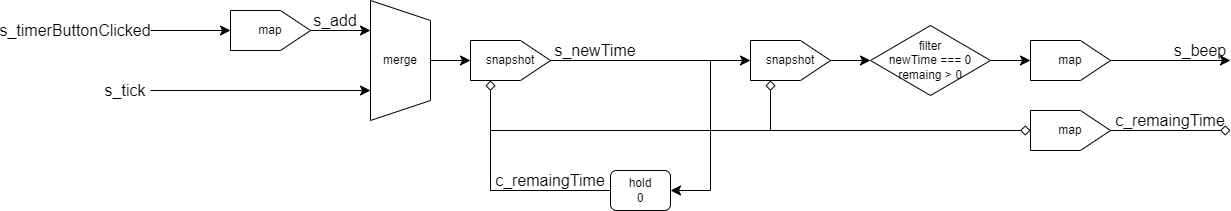
Earlier version of the draw.io export images/timer.png (suzuki-taro-unofficial/frpot). Source tidied: cells renumbered, new cells last; positions are measured from the earlier drawing's top-left corner, leaving out a move shared by most shapes.
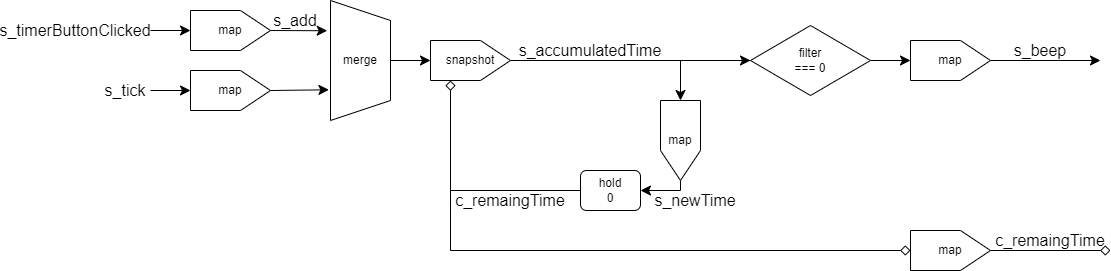
After the change.

What changed in the source:
```diff
@@ -6,110 +6,113 @@
       <mxGeometry relative="1" as="geometry" />
     </mxCell>
     <mxCell id="3" value="s_timerButtonClicked" style="text;html=1;align=center;verticalAlign=middle;whiteSpace=wrap;rounded=0;fontSize=16;" parent="1" vertex="1">
-      <mxGeometry y="20" width="150" height="20" as="geometry" />
+      <mxGeometry x="-80" y="20" width="150" height="20" as="geometry" />
     </mxCell>
-    <mxCell id="4" style="edgeStyle=none;curved=1;rounded=0;jettySize=auto;html=1;entryX=0.75;entryY=1;entryDx=0;entryDy=0;fontSize=12;startSize=8;endSize=8;" parent="1" edge="1" source="5" target="9">
+    <mxCell id="4" style="edgeStyle=none;curved=1;rounded=0;jettySize=auto;html=1;fontSize=12;startSize=8;endSize=8;entryX=0.5;entryY=0;entryDx=0;entryDy=0;" parent="1" edge="1" source="5" target="34">
       <mxGeometry relative="1" as="geometry" />
     </mxCell>
     <mxCell id="5" value="s_tick" style="text;html=1;align=center;verticalAlign=middle;whiteSpace=wrap;rounded=0;fontSize=16;" parent="1" vertex="1">
-      <mxGeometry x="100" y="80" width="50" height="20" as="geometry" />
+      <mxGeometry x="20" y="80" width="50" height="20" as="geometry" />
     </mxCell>
-    <mxCell id="6" style="edgeStyle=none;curved=1;rounded=0;jettySize=auto;html=1;exitX=0.5;exitY=1;exitDx=0;exitDy=0;fontSize=12;startSize=8;endSize=8;entryX=0.25;entryY=1;entryDx=0;entryDy=0;" parent="1" edge="1" source="7" target="9">
+    <mxCell id="6" style="edgeStyle=none;curved=1;rounded=0;jettySize=auto;html=1;exitX=0.5;exitY=1;exitDx=0;exitDy=0;fontSize=12;startSize=8;endSize=8;entryX=0.252;entryY=1.055;entryDx=0;entryDy=0;entryPerimeter=0;" parent="1" edge="1" source="7" target="9">
       <mxGeometry relative="1" as="geometry" />
     </mxCell>
     <mxCell id="7" value="map" style="shape=offPageConnector;whiteSpace=wrap;html=1;direction=north;" parent="1" vertex="1">
-      <mxGeometry x="230" y="10" width="80" height="40" as="geometry" />
+      <mxGeometry x="110" y="10" width="80" height="40" as="geometry" />
     </mxCell>
     <mxCell id="8" style="edgeStyle=none;curved=1;rounded=0;jettySize=auto;html=1;exitX=0.5;exitY=0;exitDx=0;exitDy=0;entryX=0.5;entryY=0;entryDx=0;entryDy=0;fontSize=12;startSize=8;endSize=8;" parent="1" edge="1" source="9" target="11">
       <mxGeometry relative="1" as="geometry" />
     </mxCell>
     <mxCell id="9" value="merge" style="shape=trapezoid;perimeter=trapezoidPerimeter;whiteSpace=wrap;html=1;fixedSize=1;direction=south;" parent="1" vertex="1">
-      <mxGeometry x="370" width="60" height="120" as="geometry" />
+      <mxGeometry x="250" width="60" height="120" as="geometry" />
     </mxCell>
     <mxCell id="10" value="s_add" style="text;html=1;align=center;verticalAlign=middle;whiteSpace=wrap;rounded=0;fontSize=16;" parent="1" vertex="1">
-      <mxGeometry x="310" y="10" width="50" height="20" as="geometry" />
+      <mxGeometry x="190" y="10" width="50" height="20" as="geometry" />
     </mxCell>
+    <mxCell id="30" style="edgeStyle=none;curved=1;rounded=0;jettySize=auto;html=1;entryX=0;entryY=0.5;entryDx=0;entryDy=0;fontSize=12;startSize=8;endSize=8;" parent="1" edge="1" source="11" target="23">
+      <mxGeometry relative="1" as="geometry" />
+    </mxCell>
     <mxCell id="11" value="snapshot" style="shape=offPageConnector;whiteSpace=wrap;html=1;direction=north;" parent="1" vertex="1">
-      <mxGeometry x="470" y="40" width="80" height="40" as="geometry" />
+      <mxGeometry x="350" y="40" width="80" height="40" as="geometry" />
     </mxCell>
     <mxCell id="12" value="s_newTime" style="text;html=1;align=center;verticalAlign=middle;whiteSpace=wrap;rounded=0;fontSize=16;" parent="1" vertex="1">
-      <mxGeometry x="550" y="40" width="90" height="20" as="geometry" />
+      <mxGeometry x="570" y="190" width="90" height="20" as="geometry" />
     </mxCell>
-    <mxCell id="13" style="edgeStyle=none;curved=0;rounded=0;jettySize=auto;html=1;fontSize=12;startSize=8;endSize=8;entryX=1;entryY=0.5;entryDx=0;entryDy=0;" parent="1" edge="1" target="18">
+    <mxCell id="13" style="edgeStyle=none;curved=0;rounded=0;jettySize=auto;html=1;fontSize=12;startSize=8;endSize=8;jumpStyle=arc;entryX=0.5;entryY=0;entryDx=0;entryDy=0;" parent="1" edge="1" target="21">
       <mxGeometry relative="1" as="geometry">
         <mxPoint x="670" y="60" as="sourcePoint" />
         <Array as="points">
-          <mxPoint x="710" y="60" />
-          <mxPoint x="710" y="190" />
+          <mxPoint x="600" y="60" />
         </Array>
       </mxGeometry>
     </mxCell>
-    <mxCell id="14" style="edgeStyle=none;curved=1;rounded=0;jettySize=auto;html=1;entryX=0.5;entryY=0;entryDx=0;entryDy=0;fontSize=12;startSize=8;endSize=8;exitX=0.5;exitY=1;exitDx=0;exitDy=0;" parent="1" edge="1" source="11" target="21">
-      <mxGeometry relative="1" as="geometry" />
-    </mxCell>
     <mxCell id="15" style="edgeStyle=none;curved=0;rounded=0;jettySize=auto;html=1;exitX=0;exitY=0.5;exitDx=0;exitDy=0;entryX=0;entryY=0.25;entryDx=0;entryDy=0;fontSize=12;startSize=8;endSize=8;endArrow=diamond;endFill=0;" parent="1" edge="1" source="18" target="11">
       <mxGeometry relative="1" as="geometry">
         <Array as="points">
-          <mxPoint x="490" y="190" />
+          <mxPoint x="370" y="190" />
         </Array>
       </mxGeometry>
     </mxCell>
-    <mxCell id="16" style="edgeStyle=none;curved=0;rounded=0;jettySize=auto;html=1;exitX=0;exitY=0.5;exitDx=0;exitDy=0;entryX=0;entryY=0.25;entryDx=0;entryDy=0;fontSize=12;startSize=8;endSize=8;endArrow=diamond;endFill=0;" parent="1" edge="1" source="18" target="21">
-      <mxGeometry relative="1" as="geometry">
-        <Array as="points">
-          <mxPoint x="490" y="190" />
-          <mxPoint x="490" y="130" />
-          <mxPoint x="770" y="130" />
-        </Array>
-      </mxGeometry>
-    </mxCell>
-    <mxCell id="17" style="edgeStyle=none;curved=0;rounded=0;jettySize=auto;html=1;exitX=0;exitY=0.5;exitDx=0;exitDy=0;fontSize=12;startSize=8;endSize=8;endArrow=diamond;endFill=0;entryX=0.5;entryY=0;entryDx=0;entryDy=0;" parent="1" edge="1" source="18" target="29">
-      <mxGeometry relative="1" as="geometry">
-        <Array as="points">
-          <mxPoint x="490" y="190" />
-          <mxPoint x="490" y="130" />
-        </Array>
-      </mxGeometry>
-    </mxCell>
+    <mxCell id="31" style="edgeStyle=none;curved=0;rounded=0;jettySize=auto;html=1;exitX=0;exitY=0.5;exitDx=0;exitDy=0;fontSize=12;startSize=8;endSize=8;endArrow=diamond;endFill=0;entryX=0.5;entryY=0;entryDx=0;entryDy=0;" parent="1" edge="1" source="18" target="37">
+      <mxGeometry relative="1" as="geometry">
+        <Array as="points">
+          <mxPoint x="370" y="190" />
+          <mxPoint x="370" y="250" />
+        </Array>
+      </mxGeometry>
+    </mxCell>
     <mxCell id="18" value="hold&lt;div&gt;0&lt;/div&gt;" style="rounded=1;whiteSpace=wrap;html=1;" parent="1" vertex="1">
-      <mxGeometry x="610" y="170" width="60" height="40" as="geometry" />
+      <mxGeometry x="500" y="170" width="60" height="40" as="geometry" />
     </mxCell>
     <mxCell id="19" value="c_remaingTime" style="text;html=1;align=center;verticalAlign=middle;whiteSpace=wrap;rounded=0;fontSize=16;" parent="1" vertex="1">
-      <mxGeometry x="490" y="170" width="120" height="20" as="geometry" />
+      <mxGeometry x="370" y="190" width="120" height="20" as="geometry" />
     </mxCell>
-    <mxCell id="20" style="edgeStyle=none;curved=1;rounded=0;jettySize=auto;html=1;entryX=0;entryY=0.5;entryDx=0;entryDy=0;fontSize=12;startSize=8;endSize=8;" parent="1" edge="1" source="21" target="23">
-      <mxGeometry relative="1" as="geometry" />
-    </mxCell>
+    <mxCell id="32" style="edgeStyle=none;curved=0;rounded=0;jettySize=auto;html=1;entryX=1;entryY=0.5;entryDx=0;entryDy=0;fontSize=12;startSize=8;endSize=8;" parent="1" edge="1" source="21" target="18">
+      <mxGeometry relative="1" as="geometry">
+        <Array as="points">
+          <mxPoint x="600" y="190" />
+        </Array>
+      </mxGeometry>
+    </mxCell>
-    <mxCell id="21" value="snapshot" style="shape=offPageConnector;whiteSpace=wrap;html=1;direction=north;" parent="1" vertex="1">
-      <mxGeometry x="750" y="40" width="80" height="40" as="geometry" />
+    <mxCell id="21" value="map" style="shape=offPageConnector;whiteSpace=wrap;html=1;direction=east;" parent="1" vertex="1">
+      <mxGeometry x="580" y="100" width="40" height="80" as="geometry" />
     </mxCell>
     <mxCell id="22" style="edgeStyle=none;curved=1;rounded=0;jettySize=auto;html=1;entryX=0.5;entryY=0;entryDx=0;entryDy=0;fontSize=12;startSize=8;endSize=8;" parent="1" edge="1" source="23" target="25">
       <mxGeometry relative="1" as="geometry" />
     </mxCell>
-    <mxCell id="23" value="filter&lt;div&gt;newTime === 0&lt;/div&gt;&lt;div&gt;remaing &amp;gt; 0&lt;/div&gt;" style="rhombus;whiteSpace=wrap;html=1;" parent="1" vertex="1">
-      <mxGeometry x="870" y="25" width="120" height="70" as="geometry" />
+    <mxCell id="23" value="filter&lt;div&gt;=== 0&lt;/div&gt;" style="rhombus;whiteSpace=wrap;html=1;" parent="1" vertex="1">
+      <mxGeometry x="670" y="25" width="120" height="70" as="geometry" />
     </mxCell>
     <mxCell id="24" style="edgeStyle=none;curved=1;rounded=0;jettySize=auto;html=1;fontSize=12;startSize=8;endSize=8;" parent="1" edge="1" source="25">
       <mxGeometry relative="1" as="geometry">
-        <mxPoint x="1230" y="60" as="targetPoint" />
+        <mxPoint x="1020" y="60" as="targetPoint" />
       </mxGeometry>
     </mxCell>
     <mxCell id="25" value="map" style="shape=offPageConnector;whiteSpace=wrap;html=1;direction=north;" parent="1" vertex="1">
-      <mxGeometry x="1030" y="40" width="80" height="40" as="geometry" />
+      <mxGeometry x="830" y="40" width="80" height="40" as="geometry" />
     </mxCell>
     <mxCell id="26" value="s_beep" style="text;html=1;align=center;verticalAlign=middle;whiteSpace=wrap;rounded=0;fontSize=16;" parent="1" vertex="1">
-      <mxGeometry x="1170" y="40" width="60" height="20" as="geometry" />
+      <mxGeometry x="930" y="40" width="60" height="20" as="geometry" />
     </mxCell>
     <mxCell id="27" value="c_remaingTime" style="text;html=1;align=center;verticalAlign=middle;whiteSpace=wrap;rounded=0;fontSize=16;" parent="1" vertex="1">
-      <mxGeometry x="1110" y="110" width="120" height="20" as="geometry" />
+      <mxGeometry x="910" y="230" width="120" height="20" as="geometry" />
     </mxCell>
-    <mxCell id="28" style="edgeStyle=none;curved=1;rounded=0;jettySize=auto;html=1;exitX=0.5;exitY=1;exitDx=0;exitDy=0;fontSize=12;startSize=8;endSize=8;endArrow=diamond;endFill=0;" parent="1" edge="1" source="29">
-      <mxGeometry relative="1" as="geometry">
-        <mxPoint x="1230" y="130" as="targetPoint" />
-      </mxGeometry>
-    </mxCell>
-    <mxCell id="29" value="map" style="shape=offPageConnector;whiteSpace=wrap;html=1;direction=north;" parent="1" vertex="1">
-      <mxGeometry x="1030" y="110" width="80" height="40" as="geometry" />
-    </mxCell>
+    <mxCell id="33" style="edgeStyle=none;curved=1;rounded=0;jettySize=auto;html=1;exitX=0.5;exitY=1;exitDx=0;exitDy=0;entryX=0.744;entryY=1.026;entryDx=0;entryDy=0;fontSize=12;startSize=8;endSize=8;entryPerimeter=0;" parent="1" edge="1" source="34" target="9">
+      <mxGeometry relative="1" as="geometry" />
+    </mxCell>
+    <mxCell id="34" value="map" style="shape=offPageConnector;whiteSpace=wrap;html=1;direction=north;" parent="1" vertex="1">
+      <mxGeometry x="110" y="70" width="80" height="40" as="geometry" />
+    </mxCell>
+    <mxCell id="35" value="s_accumulatedTime" style="text;html=1;align=center;verticalAlign=middle;whiteSpace=wrap;rounded=0;fontSize=16;" parent="1" vertex="1">
+      <mxGeometry x="440" y="40" width="140" height="20" as="geometry" />
+    </mxCell>
+    <mxCell id="36" style="edgeStyle=none;curved=1;rounded=0;jettySize=auto;html=1;fontSize=12;startSize=8;endSize=8;endArrow=diamond;endFill=0;" parent="1" edge="1" source="37">
+      <mxGeometry relative="1" as="geometry">
+        <mxPoint x="1030" y="250" as="targetPoint" />
+      </mxGeometry>
+    </mxCell>
+    <mxCell id="37" value="map" style="shape=offPageConnector;whiteSpace=wrap;html=1;direction=north;" parent="1" vertex="1">
+      <mxGeometry x="830" y="230" width="80" height="40" as="geometry" />
+    </mxCell>
   </root>
 </mxGraphModel>
```
